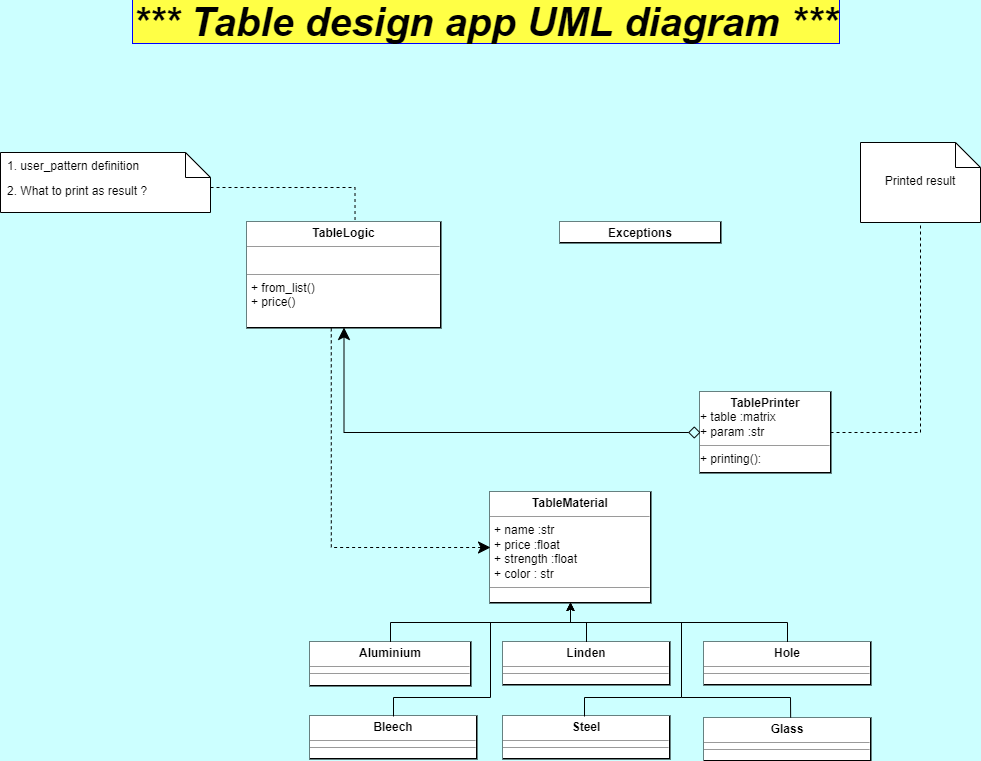
jordrag/Exercises keeps this draw.io diagram as Table/images/Table_design_UML.drawio.png. Above is the earlier version. Source tidied: cells renumbered, new cells last; positions are measured from the earlier drawing's top-left corner, leaving out a move shared by most shapes.
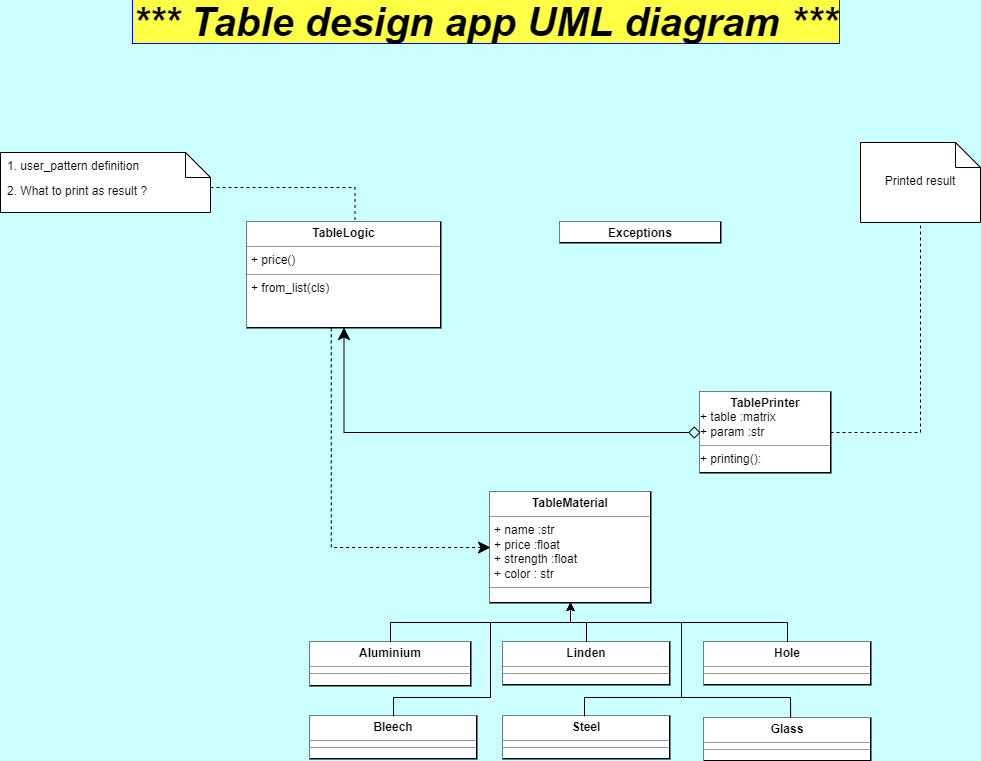
Above is the later version.

The edit, as a diff of the source:
```diff
@@ -11,7 +11,7 @@
         <mxPoint x="354.5" y="207.8" as="targetPoint" />
       </mxGeometry>
     </mxCell>
-    <mxCell id="4" value="&lt;p style=&quot;margin: 0px ; margin-top: 4px ; text-align: center&quot;&gt;&lt;b&gt;TableLogic&lt;/b&gt;&lt;br&gt;&lt;/p&gt;&lt;hr size=&quot;1&quot;&gt;&lt;p style=&quot;margin: 0px ; margin-left: 4px&quot;&gt;&lt;br&gt;&lt;/p&gt;&lt;hr size=&quot;1&quot;&gt;&lt;p style=&quot;margin: 0px ; margin-left: 4px&quot;&gt;+ from_list()&lt;/p&gt;&lt;p style=&quot;margin: 0px ; margin-left: 4px&quot;&gt;+ price()&lt;br&gt;&lt;/p&gt;&amp;nbsp;&lt;p style=&quot;margin: 0px ; margin-left: 4px&quot;&gt;&amp;nbsp;&lt;/p&gt;" style="verticalAlign=top;align=left;overflow=fill;fontSize=12;fontFamily=Helvetica;html=1;rounded=0;glass=0;labelBackgroundColor=#FFFFFF;labelBorderColor=none;fillColor=none;perimeterSpacing=0;strokeColor=default;strokeWidth=2;fillStyle=solid;gradientColor=default;" parent="1" vertex="1">
+    <mxCell id="4" value="&lt;p style=&quot;margin: 0px ; margin-top: 4px ; text-align: center&quot;&gt;&lt;b&gt;TableLogic&lt;/b&gt;&lt;br&gt;&lt;/p&gt;&lt;hr size=&quot;1&quot;&gt;&lt;p style=&quot;margin: 0px ; margin-left: 4px&quot;&gt;+ price()&lt;br&gt;&lt;/p&gt;&lt;hr size=&quot;1&quot;&gt;&lt;p style=&quot;margin: 0px ; margin-left: 4px&quot;&gt;+ from_list(cls)&lt;/p&gt;&lt;p style=&quot;margin: 0px ; margin-left: 4px&quot;&gt;&lt;br&gt;&lt;/p&gt;&amp;nbsp;&lt;p style=&quot;margin: 0px ; margin-left: 4px&quot;&gt;&amp;nbsp;&lt;/p&gt;" style="verticalAlign=top;align=left;overflow=fill;fontSize=12;fontFamily=Helvetica;html=1;rounded=0;glass=0;labelBackgroundColor=#FFFFFF;labelBorderColor=none;fillColor=none;perimeterSpacing=0;strokeColor=default;strokeWidth=2;fillStyle=solid;gradientColor=default;" parent="1" vertex="1">
       <mxGeometry x="247" y="210" width="193" height="105" as="geometry" />
     </mxCell>
     <mxCell id="5" style="edgeStyle=orthogonalEdgeStyle;rounded=0;jettySize=auto;html=1;exitX=0;exitY=0.5;exitDx=0;exitDy=0;entryX=0.434;entryY=1.002;entryDx=0;entryDy=0;entryPerimeter=0;startArrow=classic;startFill=1;endArrow=none;endFill=0;endSize=10;startSize=10;dashed=1;" parent="1" edge="1" source="6" target="4">
```
